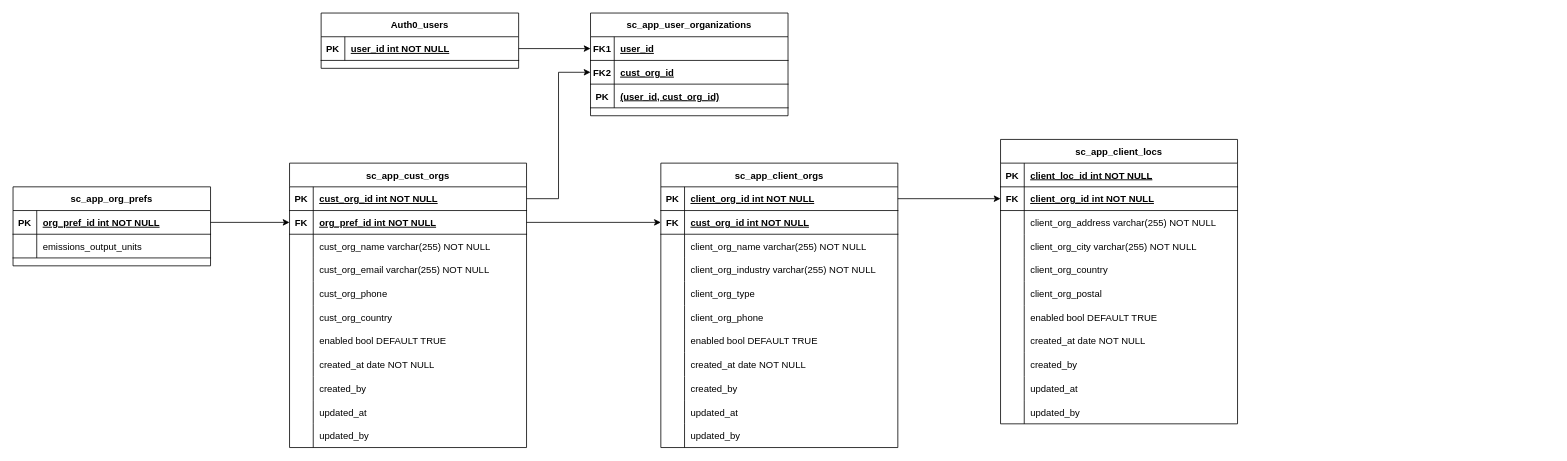
This is carbon.drawio from CodeSnooker/bake-the-cake, a draw.io file, before an edit. Source tidied: cells renumbered, new cells numbered last; positions are measured from the earlier drawing's top-left corner, leaving out a move shared by most shapes. Both pictures are drawn from the tidied source at 79%, with x=0, y=0 at pixel (13, 13).
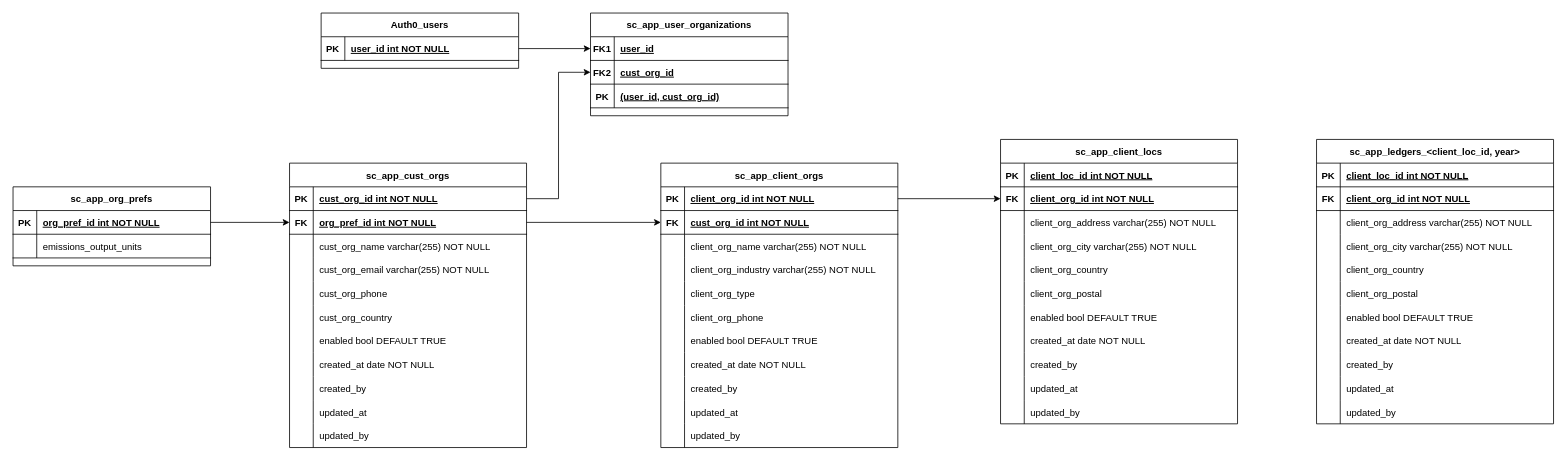
After the change.

What changed in the source:
```diff
@@
+    <mxCell id="130" value="sc_app_ledgers_&lt;client_loc_id, year&gt;" style="shape=table;startSize=30;childLayout=tableLayout;rowLines=0;fontStyle=1;align=center;" parent="1" vertex="1">
+      <mxGeometry x="1650" y="160" width="300" height="360" as="geometry" />
+    </mxCell>
+    <mxCell id="131" style="shape=partialRectangle;fillColor=none;top=0;left=0;right=0;bottom=1;" parent="130" vertex="1">
+      <mxGeometry y="30" width="300" height="30" as="geometry" />
+    </mxCell>
+    <mxCell id="132" value="PK" style="shape=partialRectangle;overflow=hidden;fillColor=none;top=0;left=0;bottom=0;right=0;fontStyle=1;" parent="131" vertex="1">
+      <mxGeometry width="30" height="30" as="geometry" />
+    </mxCell>
+    <mxCell id="133" value="client_loc_id int NOT NULL " style="shape=partialRectangle;overflow=hidden;fillColor=none;top=0;left=0;bottom=0;right=0;align=left;spacingLeft=6;fontStyle=5;" parent="131" vertex="1">
+      <mxGeometry x="30" width="270" height="30" as="geometry" />
+    </mxCell>
+    <mxCell id="134" style="shape=partialRectangle;fillColor=none;top=0;left=0;right=0;bottom=1;" parent="130" vertex="1">
+      <mxGeometry y="60" width="300" height="30" as="geometry" />
+    </mxCell>
+    <mxCell id="135" value="FK" style="shape=partialRectangle;overflow=hidden;fillColor=none;top=0;left=0;bottom=0;right=0;fontStyle=1;" parent="134" vertex="1">
+      <mxGeometry width="30" height="30" as="geometry" />
+    </mxCell>
+    <mxCell id="136" value="client_org_id int NOT NULL" style="shape=partialRectangle;overflow=hidden;fillColor=none;top=0;left=0;bottom=0;right=0;align=left;spacingLeft=6;fontStyle=5;" parent="134" vertex="1">
+      <mxGeometry x="30" width="270" height="30" as="geometry" />
+    </mxCell>
+    <mxCell id="137" style="shape=partialRectangle;fillColor=none;top=0;left=0;right=0;bottom=0;" parent="130" vertex="1">
+      <mxGeometry y="90" width="300" height="30" as="geometry" />
+    </mxCell>
+    <mxCell id="138" style="shape=partialRectangle;overflow=hidden;fillColor=none;top=0;left=0;bottom=0;right=0;" parent="137" vertex="1">
+      <mxGeometry width="30" height="30" as="geometry" />
+    </mxCell>
+    <mxCell id="139" value="client_org_address varchar(255) NOT NULL" style="shape=partialRectangle;overflow=hidden;fillColor=none;top=0;left=0;bottom=0;right=0;align=left;spacingLeft=6;" parent="137" vertex="1">
+      <mxGeometry x="30" width="270" height="30" as="geometry" />
+    </mxCell>
+    <mxCell id="140" style="shape=partialRectangle;fillColor=none;top=0;left=0;right=0;bottom=0;" parent="130" vertex="1">
+      <mxGeometry y="120" width="300" height="30" as="geometry" />
+    </mxCell>
+    <mxCell id="141" style="shape=partialRectangle;overflow=hidden;fillColor=none;top=0;left=0;bottom=0;right=0;" parent="140" vertex="1">
+      <mxGeometry width="30" height="30" as="geometry" />
+    </mxCell>
+    <mxCell id="142" value="client_org_city varchar(255) NOT NULL" style="shape=partialRectangle;overflow=hidden;fillColor=none;top=0;left=0;bottom=0;right=0;align=left;spacingLeft=6;" parent="140" vertex="1">
+      <mxGeometry x="30" width="270" height="30" as="geometry" />
+    </mxCell>
+    <mxCell id="143" style="shape=partialRectangle;fillColor=none;top=0;left=0;right=0;bottom=0;" parent="130" vertex="1">
+      <mxGeometry y="150" width="300" height="30" as="geometry" />
+    </mxCell>
+    <mxCell id="144" style="shape=partialRectangle;overflow=hidden;fillColor=none;top=0;left=0;bottom=0;right=0;" parent="143" vertex="1">
+      <mxGeometry width="30" height="30" as="geometry" />
+    </mxCell>
+    <mxCell id="145" value="client_org_country" style="shape=partialRectangle;overflow=hidden;fillColor=none;top=0;left=0;bottom=0;right=0;align=left;spacingLeft=6;" parent="143" vertex="1">
+      <mxGeometry x="30" width="270" height="30" as="geometry" />
+    </mxCell>
+    <mxCell id="146" style="shape=partialRectangle;fillColor=none;top=0;left=0;right=0;bottom=0;" parent="130" vertex="1">
+      <mxGeometry y="180" width="300" height="30" as="geometry" />
+    </mxCell>
+    <mxCell id="147" style="shape=partialRectangle;overflow=hidden;fillColor=none;top=0;left=0;bottom=0;right=0;" parent="146" vertex="1">
+      <mxGeometry width="30" height="30" as="geometry" />
+    </mxCell>
+    <mxCell id="148" value="client_org_postal" style="shape=partialRectangle;overflow=hidden;fillColor=none;top=0;left=0;bottom=0;right=0;align=left;spacingLeft=6;" parent="146" vertex="1">
+      <mxGeometry x="30" width="270" height="30" as="geometry" />
+    </mxCell>
+    <mxCell id="149" style="shape=partialRectangle;fillColor=none;top=0;left=0;right=0;bottom=0;" parent="130" vertex="1">
+      <mxGeometry y="210" width="300" height="30" as="geometry" />
+    </mxCell>
+    <mxCell id="150" style="shape=partialRectangle;overflow=hidden;fillColor=none;top=0;left=0;bottom=0;right=0;" parent="149" vertex="1">
+      <mxGeometry width="30" height="30" as="geometry" />
+    </mxCell>
+    <mxCell id="151" value="enabled bool DEFAULT TRUE" style="shape=partialRectangle;overflow=hidden;fillColor=none;top=0;left=0;bottom=0;right=0;align=left;spacingLeft=6;" parent="149" vertex="1">
+      <mxGeometry x="30" width="270" height="30" as="geometry" />
+    </mxCell>
+    <mxCell id="152" style="shape=partialRectangle;fillColor=none;top=0;left=0;right=0;bottom=0;" parent="130" vertex="1">
+      <mxGeometry y="240" width="300" height="30" as="geometry" />
+    </mxCell>
+    <mxCell id="153" style="shape=partialRectangle;overflow=hidden;fillColor=none;top=0;left=0;bottom=0;right=0;" parent="152" vertex="1">
+      <mxGeometry width="30" height="30" as="geometry" />
+    </mxCell>
+    <mxCell id="154" value="created_at date NOT NULL" style="shape=partialRectangle;overflow=hidden;fillColor=none;top=0;left=0;bottom=0;right=0;align=left;spacingLeft=6;" parent="152" vertex="1">
+      <mxGeometry x="30" width="270" height="30" as="geometry" />
+    </mxCell>
+    <mxCell id="155" style="shape=partialRectangle;fillColor=none;top=0;left=0;right=0;bottom=0;" parent="130" vertex="1">
+      <mxGeometry y="270" width="300" height="30" as="geometry" />
+    </mxCell>
+    <mxCell id="156" style="shape=partialRectangle;overflow=hidden;fillColor=none;top=0;left=0;bottom=0;right=0;" parent="155" vertex="1">
+      <mxGeometry width="30" height="30" as="geometry" />
+    </mxCell>
+    <mxCell id="157" value="created_by" style="shape=partialRectangle;overflow=hidden;fillColor=none;top=0;left=0;bottom=0;right=0;align=left;spacingLeft=6;" parent="155" vertex="1">
+      <mxGeometry x="30" width="270" height="30" as="geometry" />
+    </mxCell>
+    <mxCell id="158" style="shape=partialRectangle;fillColor=none;top=0;left=0;right=0;bottom=0;" parent="130" vertex="1">
+      <mxGeometry y="300" width="300" height="30" as="geometry" />
+    </mxCell>
+    <mxCell id="159" style="shape=partialRectangle;overflow=hidden;fillColor=none;top=0;left=0;bottom=0;right=0;" parent="158" vertex="1">
+      <mxGeometry width="30" height="30" as="geometry" />
+    </mxCell>
+    <mxCell id="160" value="updated_at" style="shape=partialRectangle;overflow=hidden;fillColor=none;top=0;left=0;bottom=0;right=0;align=left;spacingLeft=6;" parent="158" vertex="1">
+      <mxGeometry x="30" width="270" height="30" as="geometry" />
+    </mxCell>
+    <mxCell id="161" style="shape=partialRectangle;fillColor=none;top=0;left=0;right=0;bottom=0;" parent="130" vertex="1">
+      <mxGeometry y="330" width="300" height="30" as="geometry" />
+    </mxCell>
+    <mxCell id="162" style="shape=partialRectangle;overflow=hidden;fillColor=none;top=0;left=0;bottom=0;right=0;" parent="161" vertex="1">
+      <mxGeometry width="30" height="30" as="geometry" />
+    </mxCell>
+    <mxCell id="163" value="updated_by" style="shape=partialRectangle;overflow=hidden;fillColor=none;top=0;left=0;bottom=0;right=0;align=left;spacingLeft=6;" parent="161" vertex="1">
+      <mxGeometry x="30" width="270" height="30" as="geometry" />
+    </mxCell>
```
